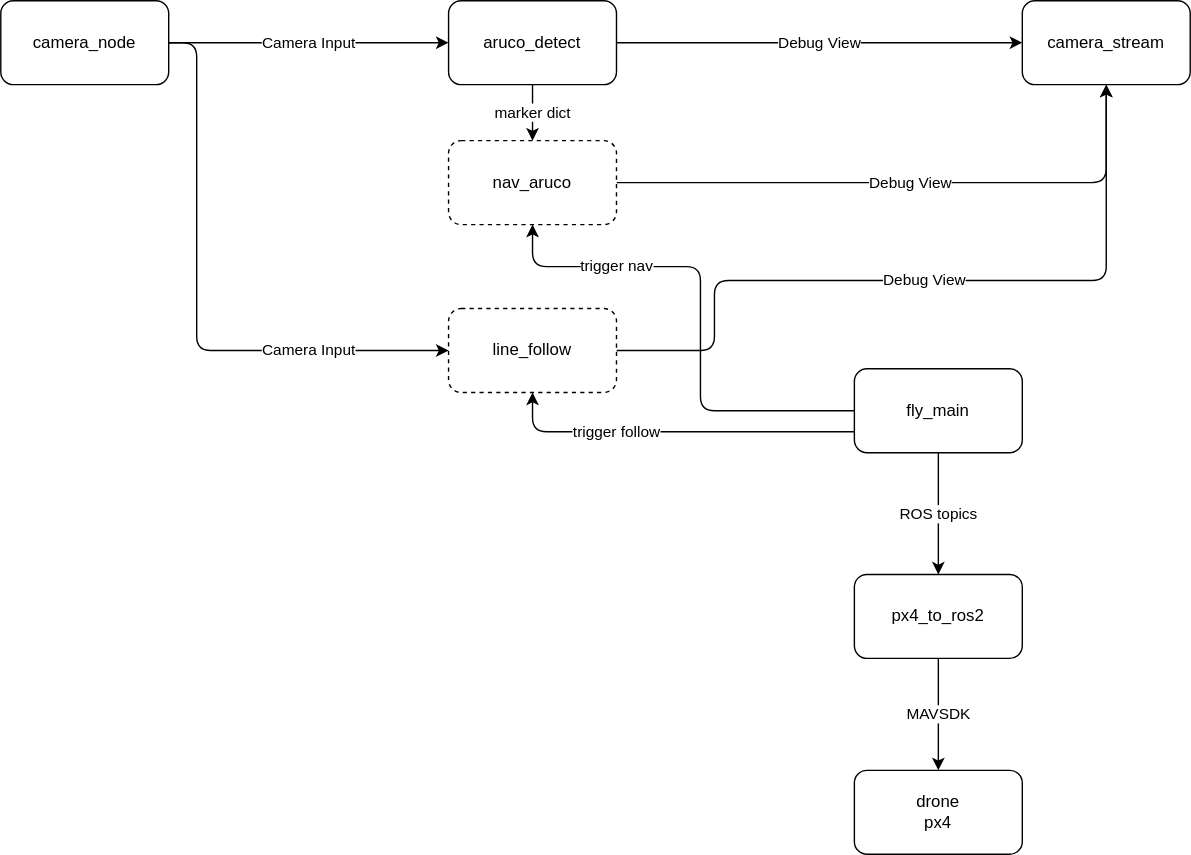
The draw.io diagram structure_nodes.svg in glebshk/visualbaby, before a commit. Source tidied: cells renumbered, new cells last; positions are measured from the earlier drawing's top-left corner, leaving out a move shared by most shapes.
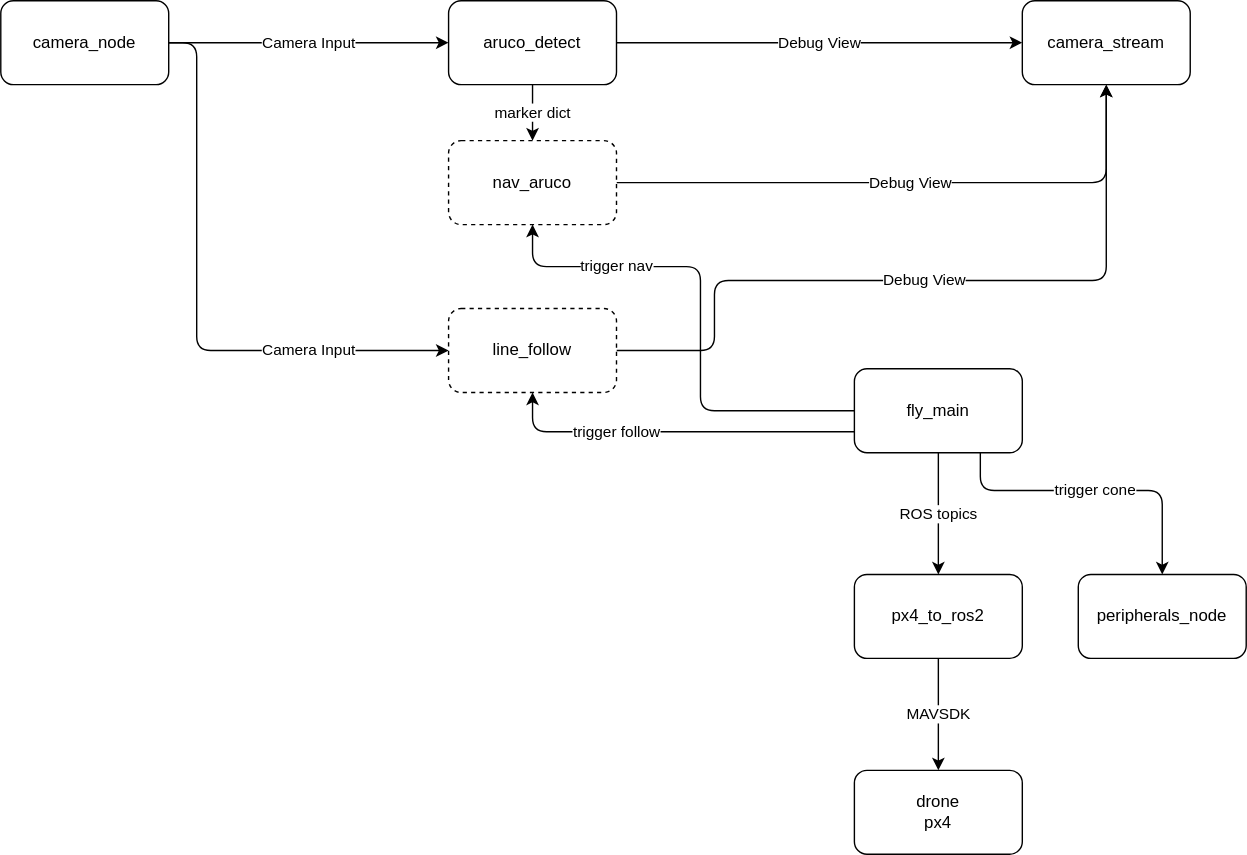
After the commit.

What changed in the source:
```diff
@@ -17,6 +17,14 @@
         </Array>
       </mxGeometry>
     </mxCell>
+    <mxCell id="20" value="trigger cone" style="edgeStyle=orthogonalEdgeStyle;html=1;exitX=0.75;exitY=1;exitDx=0;exitDy=0;entryX=0.5;entryY=0;entryDx=0;entryDy=0;" parent="1" edge="1" source="5" target="21">
+      <mxGeometry relative="1" as="geometry">
+        <Array as="points">
+          <mxPoint x="700" y="350" />
+          <mxPoint x="830" y="350" />
+        </Array>
+      </mxGeometry>
+    </mxCell>
     <mxCell id="5" value="fly_main" style="whiteSpace=wrap;html=1;rounded=1;direction=east;" parent="1" vertex="1">
       <mxGeometry x="610" y="263" width="120" height="60" as="geometry" />
     </mxCell>
@@ -77,5 +85,8 @@
     <mxCell id="19" value="line_follow" style="whiteSpace=wrap;html=1;dashed=1;rounded=1;" parent="1" vertex="1">
       <mxGeometry x="320" y="220" width="120" height="60" as="geometry" />
     </mxCell>
+    <mxCell id="21" value="peripherals_node" style="whiteSpace=wrap;html=1;rounded=1;" parent="1" vertex="1">
+      <mxGeometry x="770" y="410" width="120" height="60" as="geometry" />
+    </mxCell>
   </root>
 </mxGraphModel>
```
